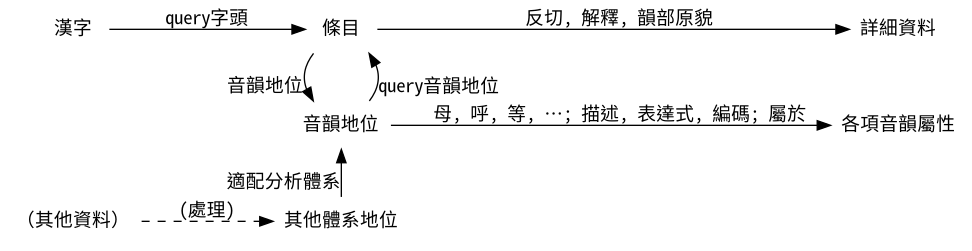
Before: demo/qieyun.png, a diagram exported from Graphviz (nk2028/tshet-uinh-js). Its source is kept beside it as demo/qieyun.dot.
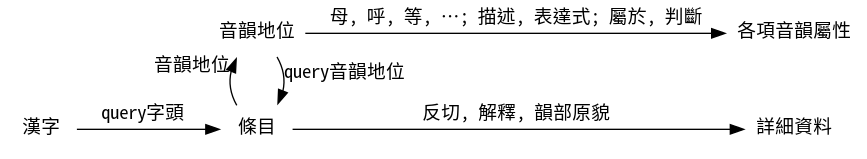
After the commit.

Change to the diagram source:
```diff
@@ -5,19 +5,16 @@
     node [shape=plaintext]
     rankdir=LR
 
+    音韻地位 -> 各項音韻屬性 [label="母, 呼, 等, …; 描述, 表達式; 屬於, 判斷"]
+
     漢字 -> 條目 [label="query字頭"]
     條目 -> 詳細資料 [label="反切, 解釋, 韻部原貌"]
 
-    音韻地位 -> 各項音韻屬性 [label="母, 呼, 等, …; 描述, 表達式, 編碼; 屬於"]
-
-    （其他資料） -> 其他體系地位 [label="(處理)" style=dashed]
-
-    { rank=same 條目 音韻地位 其他體系地位 }
+    { rank=same 音韻地位 條目 }
 
     {
         edge[constraint=false]
         音韻地位 -> 條目 [xlabel="query音韻地位"]
         條目 -> 音韻地位 [xlabel="音韻地位"]
-        其他體系地位 -> 音韻地位 [xlabel="適配分析體系"]
     }
 }
```
